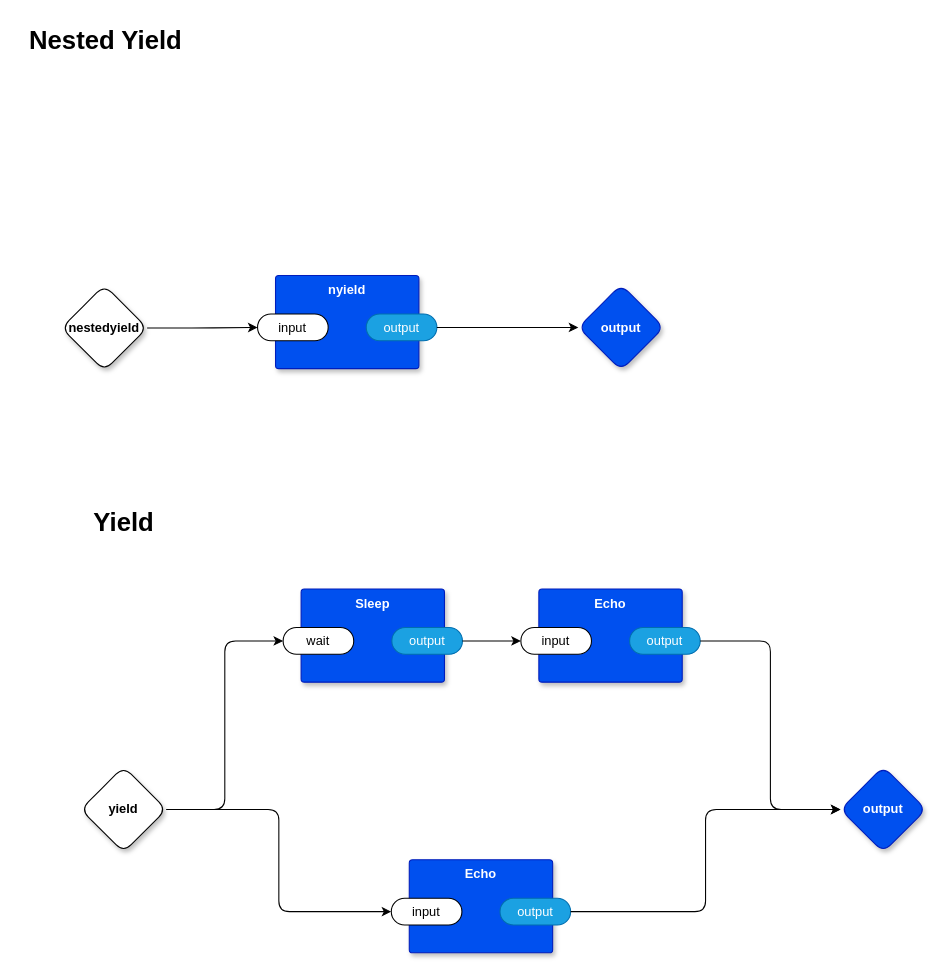
Earlier version of the draw.io diagram page "main" (1 of 2) of example.drawio (guitarvydas/odin0d). Source tidied: cells renumbered, new cells numbered last; positions are measured from the earlier drawing's top-left corner, leaving out a move shared by most shapes. Both pictures are drawn from the tidied source at 107%, with x=0, y=0 at pixel (18, 18).
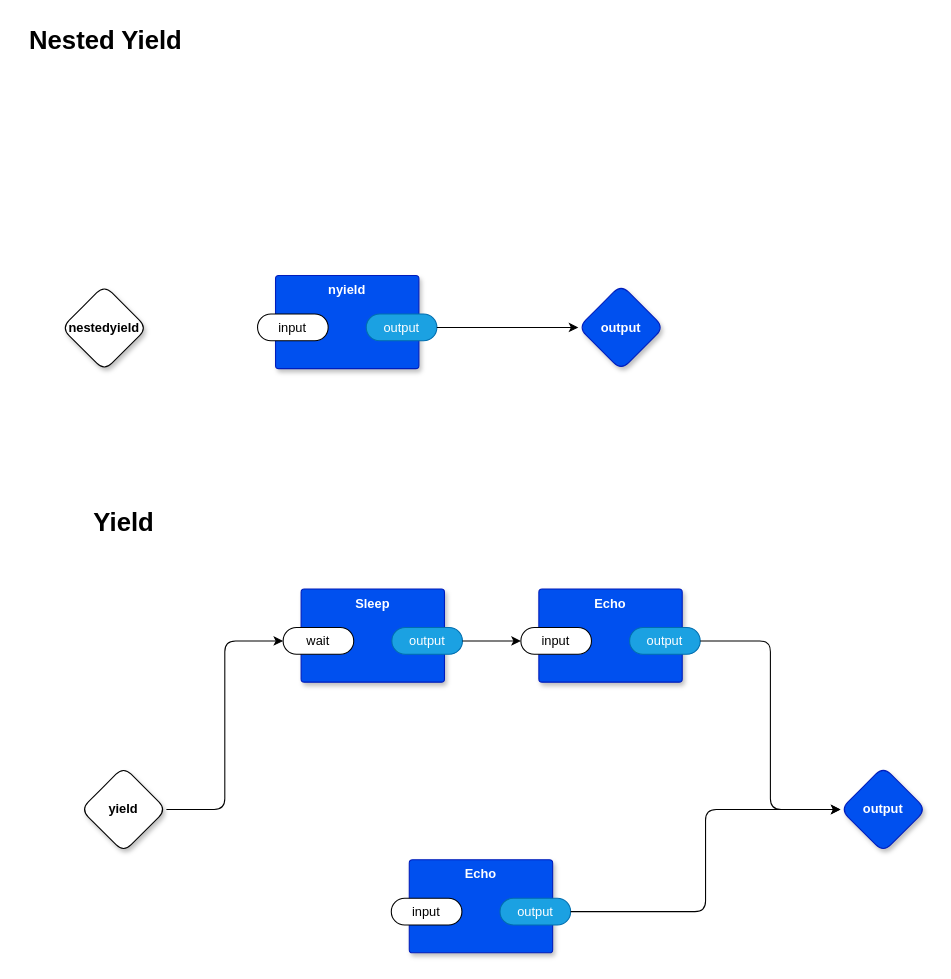
The same page after the edit.

Commit message (it also covers changes not shown here):
broken: culled non-sleep wait

The change refers to these unchanged cells:
```xml
<mxCell id="4" value="yield" style="rhombus;whiteSpace=wrap;html=1;rounded=1;fontStyle=1;glass=0;sketch=0;fontSize=12;points=[[0,0.5,0,0,0],[0.5,0,0,0,0],[0.5,1,0,0,0],[1,0.5,0,0,0]];shadow=1;" parent="1" vertex="1">
  <mxGeometry x="58" y="699" width="80" height="80" as="geometry" />
</mxCell>
<mxCell id="13" value="input" style="rounded=1;whiteSpace=wrap;html=1;sketch=0;points=[[0,0.5,0,0,0],[1,0.5,0,0,0]];arcSize=50;" parent="12" vertex="1">
  <mxGeometry x="-16.8" y="36" width="66" height="25" as="geometry" />
</mxCell>
<mxCell id="20" value="nestedyield" style="rhombus;whiteSpace=wrap;html=1;rounded=1;fontStyle=1;glass=0;sketch=0;fontSize=12;points=[[0,0.5,0,0,0],[0.5,0,0,0,0],[0.5,1,0,0,0],[1,0.5,0,0,0]];shadow=1;" parent="1" vertex="1">
  <mxGeometry x="40" y="249" width="80" height="80" as="geometry" />
</mxCell>
<mxCell id="23" value="input" style="rounded=1;whiteSpace=wrap;html=1;sketch=0;points=[[0,0.5,0,0,0],[1,0.5,0,0,0]];arcSize=50;" parent="22" vertex="1">
  <mxGeometry x="-16.8" y="36" width="66" height="25" as="geometry" />
</mxCell>
```

The edit, as a diff of the source:
```diff
@@
-    <mxCell id="3" style="edgeStyle=orthogonalEdgeStyle;rounded=1;jettySize=auto;html=1;exitX=1;exitY=0.5;exitDx=0;exitDy=0;exitPerimeter=0;entryX=0;entryY=0.5;entryDx=0;entryDy=0;entryPerimeter=0;" parent="1" edge="1" source="4" target="13">
-      <mxGeometry relative="1" as="geometry" />
-    </mxCell>
@@
-    <mxCell id="19" style="edgeStyle=orthogonalEdgeStyle;rounded=1;jettySize=auto;html=1;exitX=1;exitY=0.5;exitDx=0;exitDy=0;exitPerimeter=0;entryX=0;entryY=0.5;entryDx=0;entryDy=0;entryPerimeter=0;" parent="1" edge="1" source="20" target="23">
-      <mxGeometry relative="1" as="geometry" />
-    </mxCell>
```
